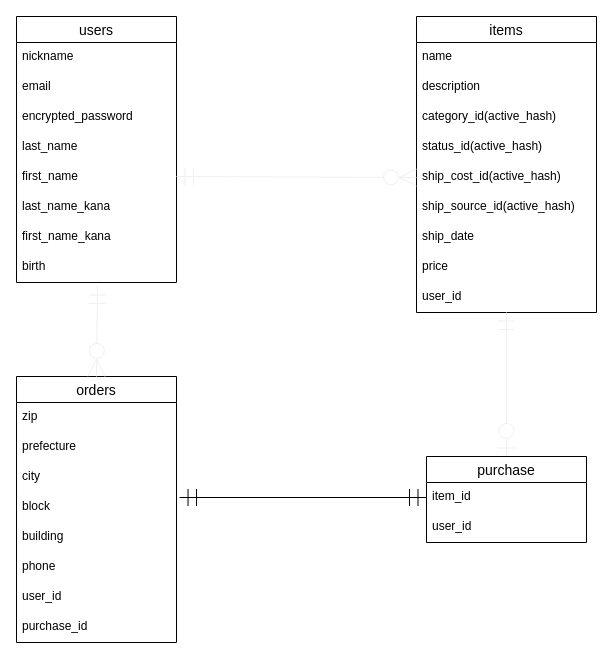
Above: furima.dio in Tatsuya9156/furima-33498 (draw.io), before the change. Source tidied: cells renumbered, new cells numbered last; positions are measured from the earlier drawing's top-left corner, leaving out a move shared by most shapes. Both pictures are drawn from the tidied source at 100%, with x=0, y=0 at pixel (16, 16).
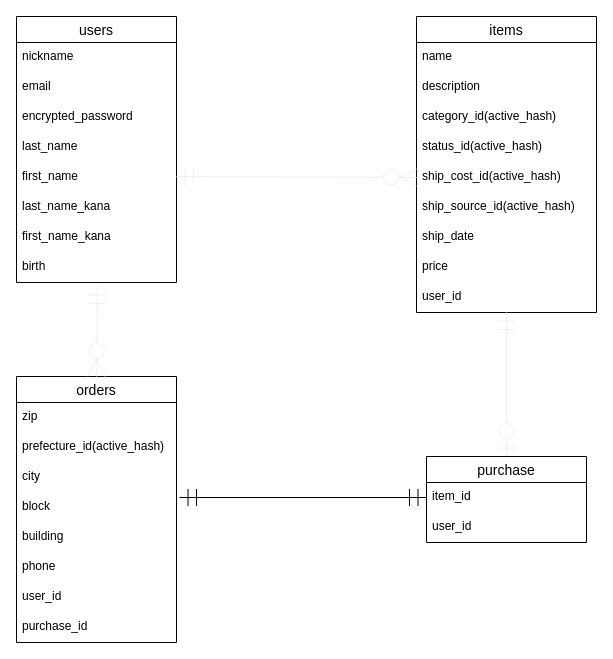
Above is the later version.

Commit message (it also covers changes not shown here):
ordersテーブルのprefectureに_idを追加

The change refers to these unchanged cells:
```xml
<mxCell id="21" value="orders" style="swimlane;fontStyle=0;horizontal=1;startSize=26;align=center;fontSize=14;" parent="1" vertex="1">
  <mxGeometry y="360" width="160" height="266" as="geometry" />
</mxCell>
```

What changed in the source:
```diff
@@
-    <mxCell id="23" value="prefecture" style="text;strokeColor=none;fillColor=none;spacingLeft=4;spacingRight=4;overflow=hidden;fontSize=12;" parent="21" vertex="1">
+    <mxCell id="23" value="prefecture_id(active_hash)" style="text;strokeColor=none;fillColor=none;spacingLeft=4;spacingRight=4;overflow=hidden;fontSize=12;" parent="21" vertex="1">
       <mxGeometry y="56" width="160" height="30" as="geometry" />
     </mxCell>
```
